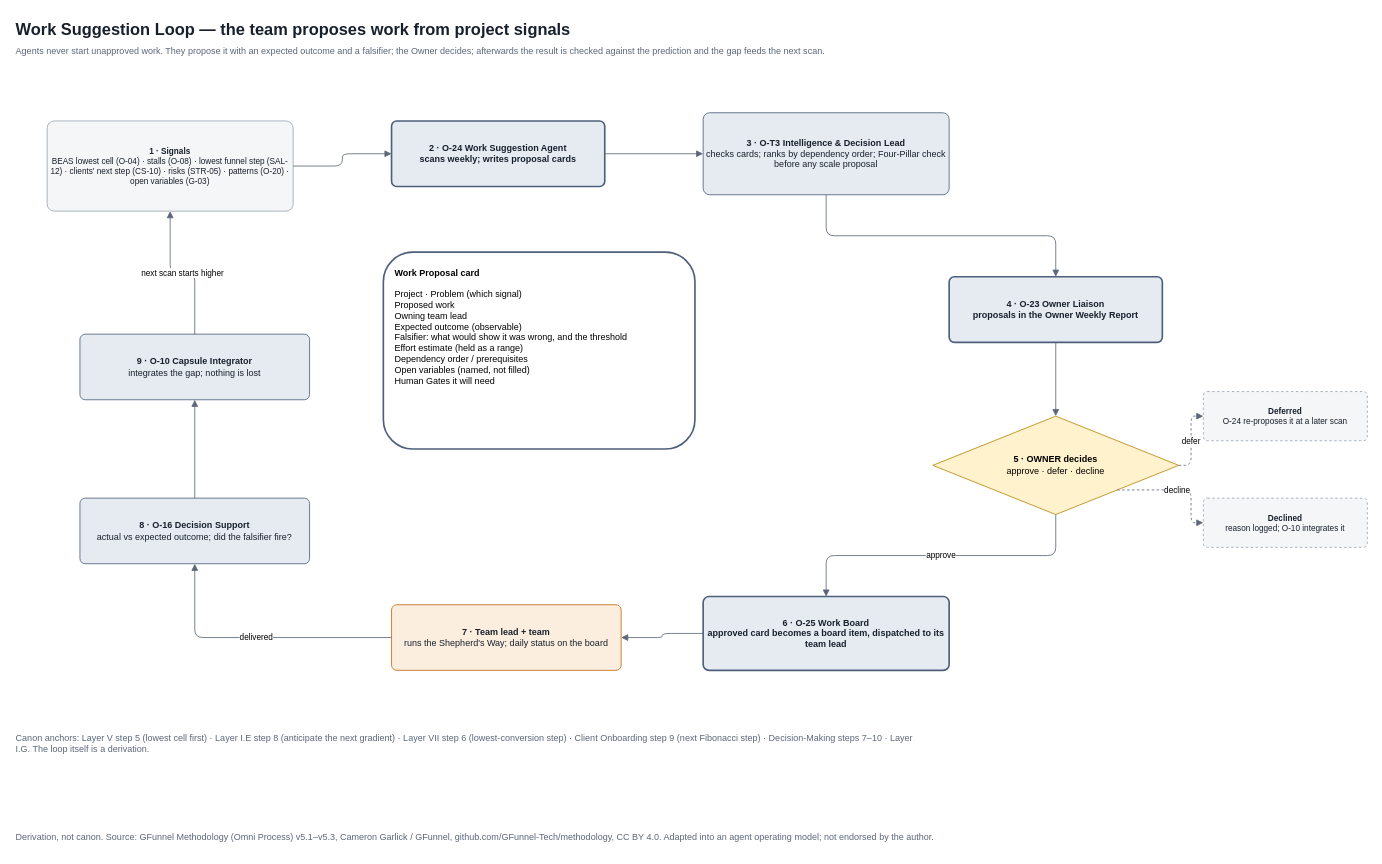
Above: page "4 · Work Suggestion Loop" (4 of 6) of operations/agent-org-map/GFunnel-Agent-Operating-System.drawio in GFunnel-Tech/methodology (draw.io), before the change. Source tidied: cells renumbered, new cells numbered last; positions are measured from the earlier drawing's top-left corner, leaving out a move shared by most shapes. Both pictures are drawn from the tidied source at 82%, with x=0, y=0 at pixel (14, 14).
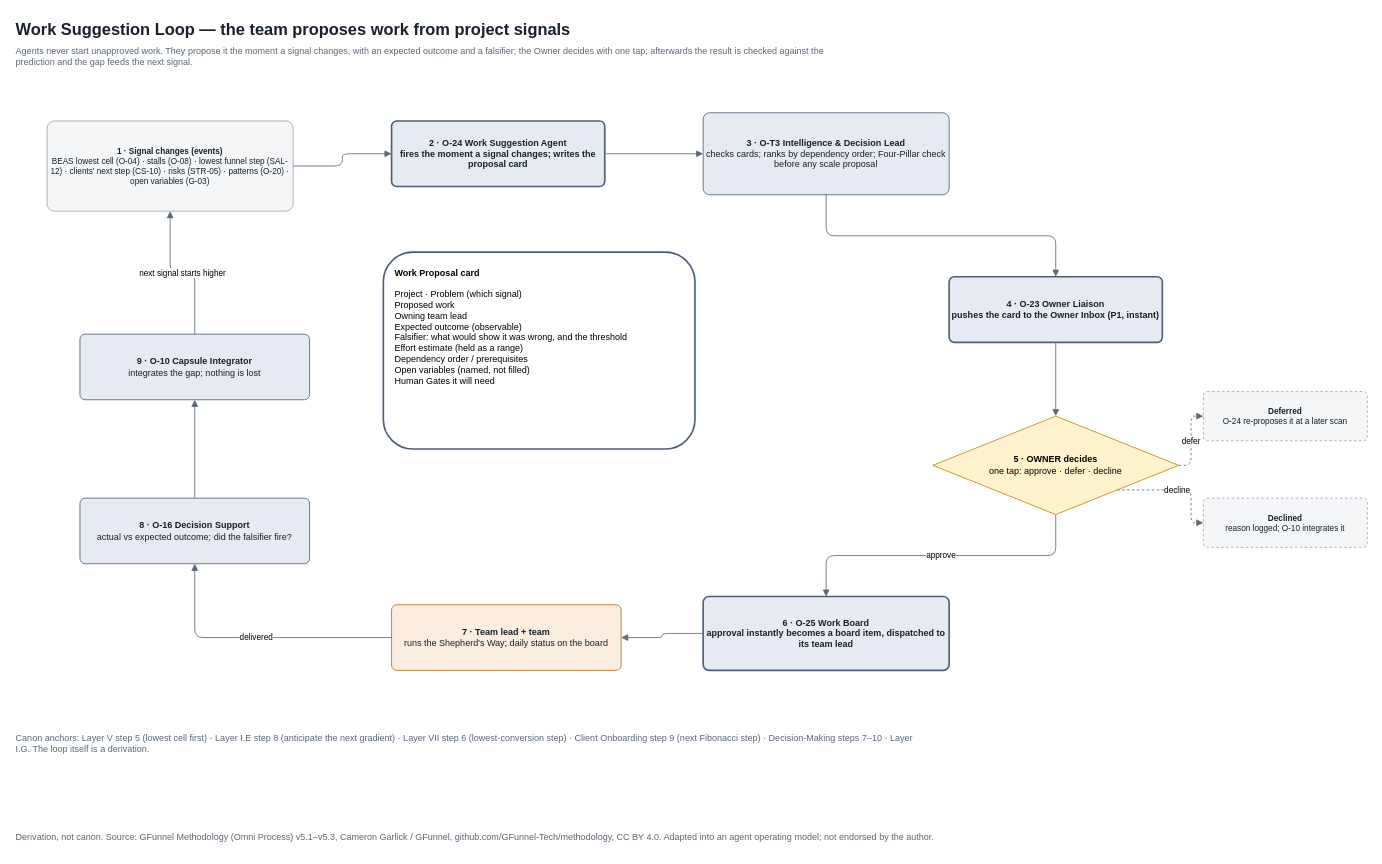
The same diagram, later.

Commit message (it also covers changes not shown here):
Agent org map: instant delivery inside GFunnel

The change refers to these unchanged cells:
```xml
<mxCell id="12" value="&lt;b&gt;9 · O-10 Capsule Integrator&lt;/b&gt;&lt;br&gt;integrates the gap; nothing is lost" style="rounded=1;whiteSpace=wrap;html=1;fillColor=#E6EBF1;strokeColor=#4D5F7A;fontSize=11;fontFamily=Helvetica;arcSize=8;fontColor=#18202C;" parent="1" vertex="1">
  <mxGeometry x="80" y="390" width="280" height="80" as="geometry" />
</mxCell>
```

Change to the diagram source:
```diff
@@
-    <mxCell id="3" value="Agents never start unapproved work. They propose it with an expected outcome and a falsifier; the Owner decides; afterwards the result is checked against the prediction and the gap feeds the next scan." style="text;html=1;fontSize=11;fontFamily=Helvetica;fontColor=#5B6678;align=left;verticalAlign=top;whiteSpace=wrap;" parent="1" vertex="1">
+    <mxCell id="3" value="Agents never start unapproved work. They propose it the moment a signal changes, with an expected outcome and a falsifier; the Owner decides with one tap; afterwards the result is checked against the prediction and the gap feeds the next signal." style="text;html=1;fontSize=11;fontFamily=Helvetica;fontColor=#5B6678;align=left;verticalAlign=top;whiteSpace=wrap;" parent="1" vertex="1">
       <mxGeometry y="32" width="1000" height="30" as="geometry" />
     </mxCell>
-    <mxCell id="4" value="&lt;b&gt;1 · Signals&lt;/b&gt;&lt;br&gt;BEAS lowest cell (O-04) · stalls (O-08) · lowest funnel step (SAL-12) · clients' next step (CS-10) · risks (STR-05) · patterns (O-20) · open variables (G-03)" style="rounded=1;whiteSpace=wrap;html=1;fillColor=#F5F6F8;strokeColor=#9AA5B5;fontSize=10;fontFamily=Helvetica;arcSize=8;fontColor=#18202C;" parent="1" vertex="1">
+    <mxCell id="4" value="&lt;b&gt;1 · Signal changes (events)&lt;/b&gt;&lt;br&gt;BEAS lowest cell (O-04) · stalls (O-08) · lowest funnel step (SAL-12) · clients' next step (CS-10) · risks (STR-05) · patterns (O-20) · open variables (G-03)" style="rounded=1;whiteSpace=wrap;html=1;fillColor=#F5F6F8;strokeColor=#9AA5B5;fontSize=10;fontFamily=Helvetica;arcSize=8;fontColor=#18202C;" parent="1" vertex="1">
       <mxGeometry x="40" y="130" width="300" height="110" as="geometry" />
     </mxCell>
-    <mxCell id="5" value="&lt;b&gt;2 · O-24 Work Suggestion Agent&lt;/b&gt;&lt;br&gt;scans weekly; writes proposal cards" style="rounded=1;whiteSpace=wrap;html=1;fillColor=#E6EBF1;strokeColor=#4D5F7A;fontSize=11;fontFamily=Helvetica;arcSize=8;fontStyle=1;fontColor=#18202C;strokeWidth=2;" parent="1" vertex="1">
+    <mxCell id="5" value="&lt;b&gt;2 · O-24 Work Suggestion Agent&lt;/b&gt;&lt;br&gt;fires the moment a signal changes; writes the proposal card" style="rounded=1;whiteSpace=wrap;html=1;fillColor=#E6EBF1;strokeColor=#4D5F7A;fontSize=11;fontFamily=Helvetica;arcSize=8;fontStyle=1;fontColor=#18202C;strokeWidth=2;" parent="1" vertex="1">
       <mxGeometry x="460" y="130" width="260" height="80" as="geometry" />
     </mxCell>
@@
-    <mxCell id="7" value="&lt;b&gt;4 · O-23 Owner Liaison&lt;/b&gt;&lt;br&gt;proposals in the Owner Weekly Report" style="rounded=1;whiteSpace=wrap;html=1;fillColor=#E6EBF1;strokeColor=#4D5F7A;fontSize=11;fontFamily=Helvetica;arcSize=8;fontStyle=1;fontColor=#18202C;strokeWidth=2;" parent="1" vertex="1">
+    <mxCell id="7" value="&lt;b&gt;4 · O-23 Owner Liaison&lt;/b&gt;&lt;br&gt;pushes the card to the Owner Inbox (P1, instant)" style="rounded=1;whiteSpace=wrap;html=1;fillColor=#E6EBF1;strokeColor=#4D5F7A;fontSize=11;fontFamily=Helvetica;arcSize=8;fontStyle=1;fontColor=#18202C;strokeWidth=2;" parent="1" vertex="1">
       <mxGeometry x="1140" y="320" width="260" height="80" as="geometry" />
     </mxCell>
-    <mxCell id="8" value="&lt;b&gt;5 · OWNER decides&lt;/b&gt;&lt;br&gt;approve · defer · decline" style="rhombus;whiteSpace=wrap;html=1;fontSize=11;fontFamily=Helvetica;fillColor=#FFF2CC;strokeColor=#B8860B;" parent="1" vertex="1">
+    <mxCell id="8" value="&lt;b&gt;5 · OWNER decides&lt;/b&gt;&lt;br&gt;one tap: approve · defer · decline" style="rhombus;whiteSpace=wrap;html=1;fontSize=11;fontFamily=Helvetica;fillColor=#FFF2CC;strokeColor=#B8860B;" parent="1" vertex="1">
       <mxGeometry x="1120" y="490" width="300" height="120" as="geometry" />
     </mxCell>
-    <mxCell id="9" value="&lt;b&gt;6 · O-25 Work Board&lt;/b&gt;&lt;br&gt;approved card becomes a board item, dispatched to its team lead" style="rounded=1;whiteSpace=wrap;html=1;fillColor=#E6EBF1;strokeColor=#4D5F7A;fontSize=11;fontFamily=Helvetica;arcSize=8;fontStyle=1;fontColor=#18202C;strokeWidth=2;" parent="1" vertex="1">
+    <mxCell id="9" value="&lt;b&gt;6 · O-25 Work Board&lt;/b&gt;&lt;br&gt;approval instantly becomes a board item, dispatched to its team lead" style="rounded=1;whiteSpace=wrap;html=1;fillColor=#E6EBF1;strokeColor=#4D5F7A;fontSize=11;fontFamily=Helvetica;arcSize=8;fontStyle=1;fontColor=#18202C;strokeWidth=2;" parent="1" vertex="1">
       <mxGeometry x="840" y="710" width="300" height="90" as="geometry" />
     </mxCell>
@@
-    <mxCell id="21" value="next scan starts higher" style="edgeStyle=orthogonalEdgeStyle;rounded=1;html=1;endArrow=block;endFill=1;strokeColor=#5B6678;fontSize=10;fontFamily=Helvetica;" parent="1" edge="1" source="12" target="4">
+    <mxCell id="21" value="next signal starts higher" style="edgeStyle=orthogonalEdgeStyle;rounded=1;html=1;endArrow=block;endFill=1;strokeColor=#5B6678;fontSize=10;fontFamily=Helvetica;" parent="1" edge="1" source="12" target="4">
       <mxGeometry relative="1" as="geometry" />
     </mxCell>
```
